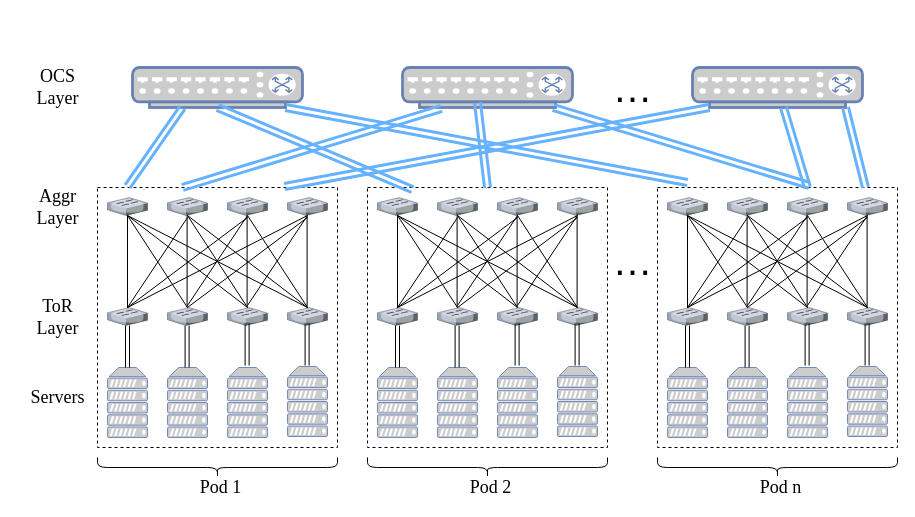
This is 未命名绘图.drawio from caopeirui/app.diagrams.net, a draw.io file, before an edit. Source tidied: cells renumbered, new cells numbered last; positions are measured from the earlier drawing's top-left corner, leaving out a move shared by most shapes. Both pictures are drawn from the tidied source at 100%, with x=0, y=0 at pixel (22, 67).
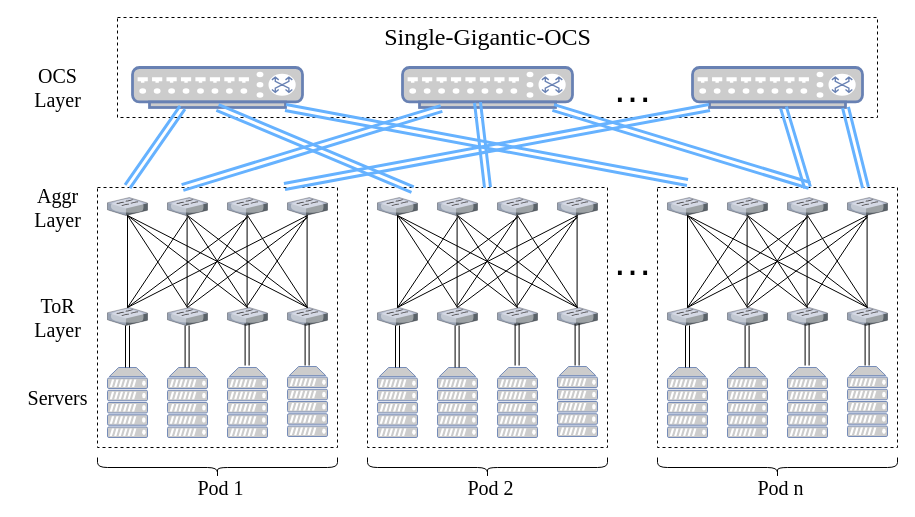
After the change.

Change to the diagram source:
```diff
@@
+    <mxCell id="128" style="rounded=0;whiteSpace=wrap;html=1;dashed=1;" parent="1" vertex="1">
+      <mxGeometry x="95" y="-50" width="760" height="100" as="geometry" />
+    </mxCell>
@@
-    <mxCell id="118" value="&lt;div style=&quot;font-size: 18px&quot;&gt;&lt;font style=&quot;font-size: 18px&quot; face=&quot;Times New Roman&quot;&gt;OCS &lt;br&gt;&lt;/font&gt;&lt;/div&gt;&lt;div style=&quot;font-size: 18px&quot;&gt;&lt;font style=&quot;font-size: 18px&quot; face=&quot;Times New Roman&quot;&gt;Layer&lt;/font&gt;&lt;/div&gt;" style="text;html=1;align=center;verticalAlign=middle;" parent="1" vertex="1">
+    <mxCell id="118" value="&lt;div style=&quot;font-size: 20px&quot;&gt;&lt;font style=&quot;font-size: 20px&quot; face=&quot;Times New Roman&quot;&gt;OCS &lt;br&gt;&lt;/font&gt;&lt;/div&gt;&lt;div style=&quot;font-size: 20px&quot;&gt;&lt;font style=&quot;font-size: 20px&quot; face=&quot;Times New Roman&quot;&gt;Layer&lt;/font&gt;&lt;/div&gt;" style="text;html=1;align=center;verticalAlign=middle;" parent="1" vertex="1">
       <mxGeometry x="5" width="60" height="40" as="geometry" />
     </mxCell>
-    <mxCell id="119" value="&lt;div style=&quot;font-size: 18px&quot;&gt;&lt;font style=&quot;font-size: 18px&quot; face=&quot;Times New Roman&quot;&gt;Aggr&lt;br&gt;&lt;/font&gt;&lt;/div&gt;&lt;div style=&quot;font-size: 18px&quot;&gt;&lt;font style=&quot;font-size: 18px&quot; face=&quot;Times New Roman&quot;&gt;Layer&lt;/font&gt;&lt;/div&gt;" style="text;html=1;align=center;verticalAlign=middle;" parent="1" vertex="1">
+    <mxCell id="119" value="&lt;div style=&quot;font-size: 20px&quot;&gt;&lt;font style=&quot;font-size: 20px&quot; face=&quot;Times New Roman&quot;&gt;Aggr&lt;br&gt;&lt;/font&gt;&lt;/div&gt;&lt;div style=&quot;font-size: 20px&quot;&gt;&lt;font style=&quot;font-size: 20px&quot; face=&quot;Times New Roman&quot;&gt;Layer&lt;/font&gt;&lt;/div&gt;" style="text;html=1;align=center;verticalAlign=middle;" parent="1" vertex="1">
       <mxGeometry x="5" y="120" width="60" height="40" as="geometry" />
     </mxCell>
-    <mxCell id="120" value="&lt;div style=&quot;font-size: 18px&quot;&gt;&lt;font style=&quot;font-size: 18px&quot; face=&quot;Times New Roman&quot;&gt;ToR &lt;br&gt;&lt;/font&gt;&lt;/div&gt;&lt;div style=&quot;font-size: 18px&quot;&gt;&lt;font style=&quot;font-size: 18px&quot; face=&quot;Times New Roman&quot;&gt;Layer&lt;/font&gt;&lt;/div&gt;" style="text;html=1;align=center;verticalAlign=middle;" parent="1" vertex="1">
+    <mxCell id="120" value="&lt;div style=&quot;font-size: 20px&quot;&gt;&lt;font style=&quot;font-size: 20px&quot; face=&quot;Times New Roman&quot;&gt;ToR &lt;br&gt;&lt;/font&gt;&lt;/div&gt;&lt;div style=&quot;font-size: 20px&quot;&gt;&lt;font style=&quot;font-size: 20px&quot; face=&quot;Times New Roman&quot;&gt;Layer&lt;/font&gt;&lt;/div&gt;" style="text;html=1;align=center;verticalAlign=middle;" parent="1" vertex="1">
       <mxGeometry x="5" y="230" width="60" height="40" as="geometry" />
     </mxCell>
-    <mxCell id="121" value="&lt;div style=&quot;font-size: 18px&quot;&gt;&lt;font style=&quot;font-size: 18px&quot; face=&quot;Times New Roman&quot;&gt;Servers &lt;br&gt;&lt;/font&gt;&lt;/div&gt;" style="text;html=1;align=center;verticalAlign=middle;" parent="1" vertex="1">
-      <mxGeometry y="320" width="70" height="20" as="geometry" />
+    <mxCell id="121" value="&lt;div style=&quot;font-size: 20px&quot;&gt;&lt;font style=&quot;font-size: 20px&quot; face=&quot;Times New Roman&quot;&gt;Servers &lt;br&gt;&lt;/font&gt;&lt;/div&gt;" style="text;html=1;align=center;verticalAlign=middle;" parent="1" vertex="1">
+      <mxGeometry x="-5" y="320" width="80" height="20" as="geometry" />
     </mxCell>
@@
-    <mxCell id="123" value="&lt;div style=&quot;font-size: 18px&quot;&gt;&lt;font style=&quot;font-size: 18px&quot; face=&quot;Times New Roman&quot;&gt;Pod 1 &lt;br&gt;&lt;/font&gt;&lt;/div&gt;" style="text;html=1;align=center;verticalAlign=middle;" parent="1" vertex="1">
+    <mxCell id="123" value="&lt;div style=&quot;font-size: 20px&quot;&gt;&lt;font style=&quot;font-size: 20px&quot; face=&quot;Times New Roman&quot;&gt;Pod 1 &lt;br&gt;&lt;/font&gt;&lt;/div&gt;" style="text;html=1;align=center;verticalAlign=middle;" parent="1" vertex="1">
       <mxGeometry x="168" y="410" width="60" height="20" as="geometry" />
     </mxCell>
@@
-    <mxCell id="125" value="&lt;div style=&quot;font-size: 18px&quot;&gt;&lt;font style=&quot;font-size: 18px&quot; face=&quot;Times New Roman&quot;&gt;Pod 2 &lt;/font&gt;&lt;/div&gt;" style="text;html=1;align=center;verticalAlign=middle;" parent="1" vertex="1">
+    <mxCell id="125" value="&lt;div style=&quot;font-size: 20px&quot;&gt;&lt;font style=&quot;font-size: 20px&quot; face=&quot;Times New Roman&quot;&gt;Pod 2 &lt;/font&gt;&lt;/div&gt;" style="text;html=1;align=center;verticalAlign=middle;" parent="1" vertex="1">
       <mxGeometry x="438" y="410" width="60" height="20" as="geometry" />
     </mxCell>
@@
-    <mxCell id="127" value="&lt;div style=&quot;font-size: 18px&quot;&gt;&lt;font style=&quot;font-size: 18px&quot; face=&quot;Times New Roman&quot;&gt;Pod n &lt;br&gt;&lt;/font&gt;&lt;/div&gt;" style="text;html=1;align=center;verticalAlign=middle;" parent="1" vertex="1">
+    <mxCell id="127" value="&lt;div style=&quot;font-size: 20px&quot;&gt;&lt;font style=&quot;font-size: 20px&quot; face=&quot;Times New Roman&quot;&gt;Pod n &lt;br&gt;&lt;/font&gt;&lt;/div&gt;" style="text;html=1;align=center;verticalAlign=middle;" parent="1" vertex="1">
       <mxGeometry x="728" y="410" width="60" height="20" as="geometry" />
     </mxCell>
+    <mxCell id="129" value="&lt;font style=&quot;font-size: 24px&quot; face=&quot;Times New Roman&quot;&gt;Single-Gigantic-OCS&lt;br&gt;&lt;/font&gt;" style="text;html=1;align=center;verticalAlign=middle;" parent="1" vertex="1">
+      <mxGeometry x="355" y="-40" width="220" height="20" as="geometry" />
+    </mxCell>
```
